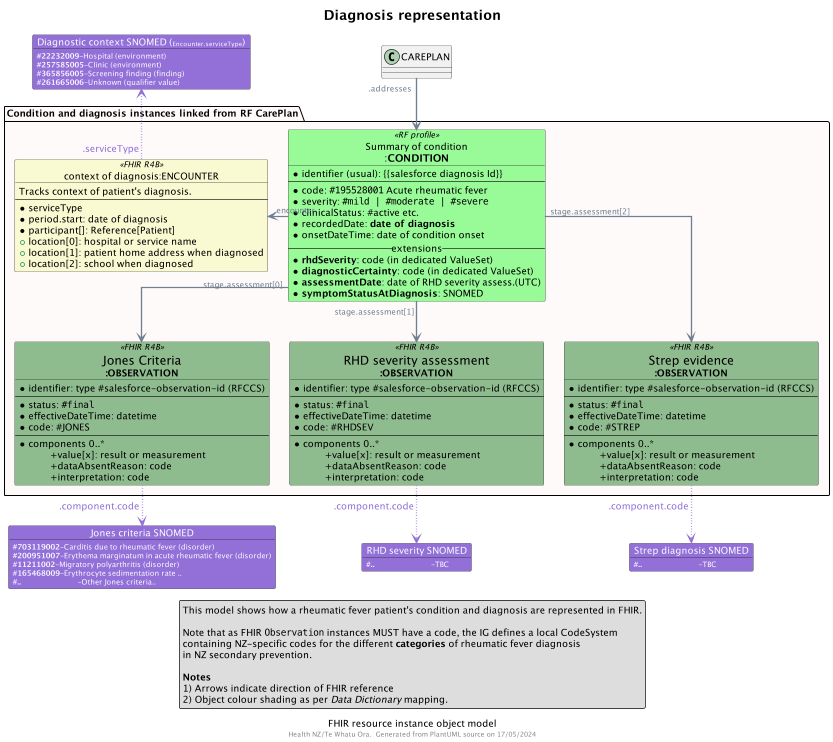
Above: input/images/obj-FHIR-data-diagnosis.png in tijijose/cinc-fhir-ig (PlantUML), before the change.
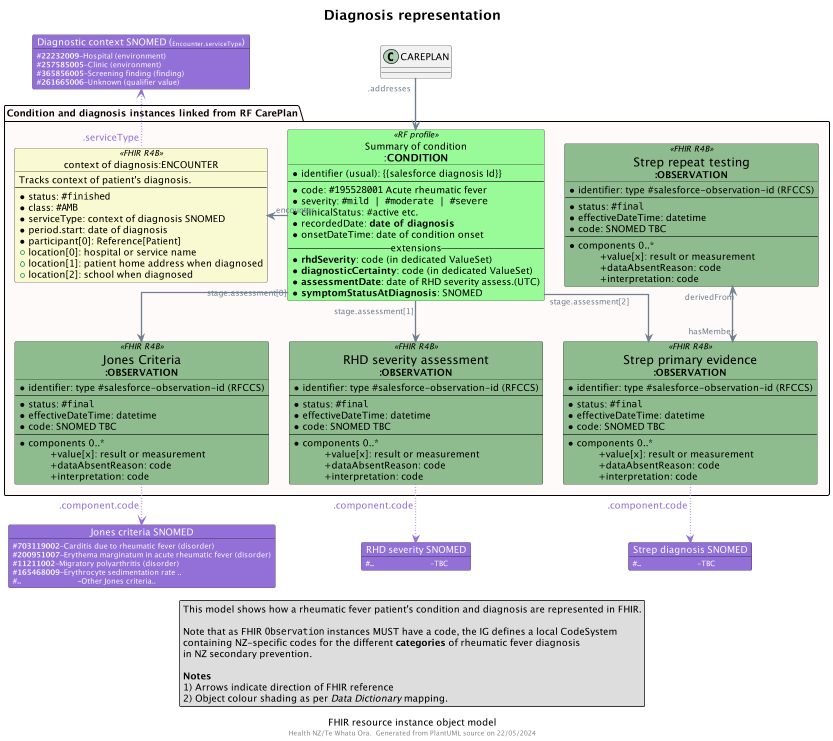
The same diagram one commit later.

Commit message:
removed redundant Appointment.note from examples;updated diagnosis design

Diff of the diagram source:
```diff
@@ -56,9 +56,11 @@
   object "context of diagnosis:ENCOUNTER" as DENCOUNTER <<FHIR R4B>> #LightGoldenRodYellow {
     Tracks context of patient's diagnosis.
     ---
-    * serviceType
+    * status: ""#finished""
+    * class: ""#AMB""
+    * serviceType: context of diagnosis SNOMED
     * period.start: date of diagnosis
-    * participant[]: Reference[Patient]
+    * participant[0]: Reference[Patient]
     + location[0]: hospital or service name
     + location[1]: patient home address when diagnosed
     + location[2]: school when diagnosed
@@ -71,7 +73,7 @@
     ---
     * status: ""#final""
     * effectiveDateTime: datetime
-    * code: #JONES
+    * code: SNOMED TBC
     ---
     * components 0..*
     \t+value[x]: result or measurement
@@ -84,7 +86,7 @@
     ---
     * status: ""#final""
     * effectiveDateTime: datetime
-    * code: #RHDSEV
+    * code: SNOMED TBC
     ---
     * components 0..*
     \t+value[x]: result or measurement
@@ -92,18 +94,32 @@
     \t+interpretation: code
   }
 
-  object "<size:18>Strep evidence\n**:OBSERVATION**" as OBS3 <<FHIR R4B>> #DarkSeaGreen {
+  object "<size:18>Strep primary evidence\n**:OBSERVATION**" as OBS3 <<FHIR R4B>> #DarkSeaGreen {
     *identifier: type #salesforce-observation-id (RFCCS)
     ---
     * status: ""#final""
     * effectiveDateTime: datetime
-    * code: #STREP
+    * code: SNOMED TBC
     ---
     * components 0..*
     \t+value[x]: result or measurement
     \t+dataAbsentReason: code
     \t+interpretation: code
   }
+
+  object "<size:18>Strep repeat testing\n**:OBSERVATION**" as OBS4 <<FHIR R4B>> #DarkSeaGreen {
+    *identifier: type #salesforce-observation-id (RFCCS)
+    ---
+    * status: ""#final""
+    * effectiveDateTime: datetime
+    * code: SNOMED TBC
+    ---
+    * components 0..*
+    \t+value[x]: result or measurement
+    \t+dataAbsentReason: code
+    \t+interpretation: code
+  }
+
 
 
 }
@@ -129,6 +145,7 @@
 RFCOND "stage.assessment[0]" -d-> OBS1
 RFCOND "stage.assessment[1]" -d-> OBS2
 RFCOND "stage.assessment[2]" -d-> OBS3
+OBS3 "hasMember" <-[norank]-> "derivedFrom" OBS4
 
 DENCOUNTER "\n\n\n<color:MediumPurple><size:14>.serviceType" -[#MediumPurple,dotted]u-> EncContext
 
```
